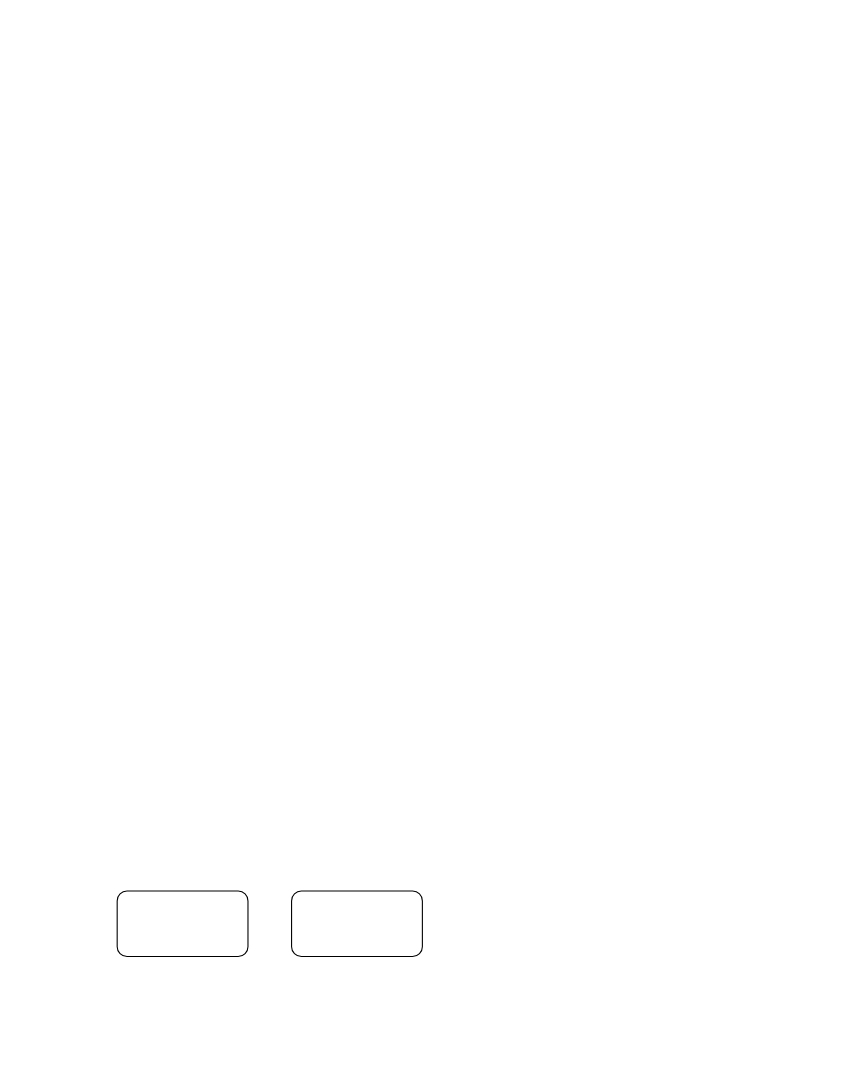
Above: Design document.drawio in vinodn90/Vin (draw.io), before the change. Source tidied: cells renumbered, new cells numbered last; positions are measured from the earlier drawing's top-left corner, leaving out a move shared by most shapes. Both pictures are drawn from the tidied source at 109%, with x=0, y=0 at pixel (117, 891).
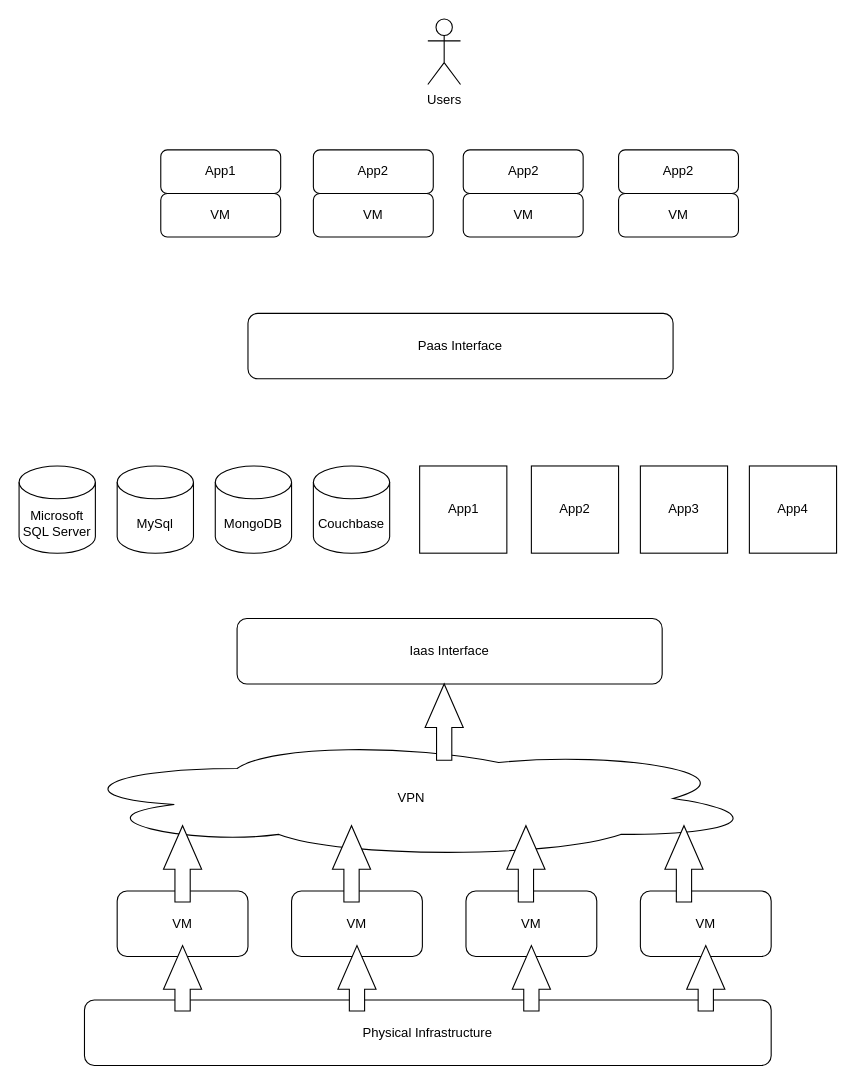
Above is the later version.

The edit, as a diff of the source:
```diff
@@
-    <mxCell id="2" style="rounded=1;whiteSpace=wrap;html=1;" parent="1" vertex="1">
+    <mxCell id="2" value="VM" style="rounded=1;whiteSpace=wrap;html=1;" parent="1" vertex="1">
       <mxGeometry x="160" width="120" height="60" as="geometry" />
     </mxCell>
-    <mxCell id="3" style="rounded=1;whiteSpace=wrap;html=1;" parent="1" vertex="1">
+    <mxCell id="3" value="VM" style="rounded=1;whiteSpace=wrap;html=1;" parent="1" vertex="1">
       <mxGeometry width="120" height="60" as="geometry" />
     </mxCell>
+    <mxCell id="4" value="Physical Infrastructure" style="rounded=1;whiteSpace=wrap;html=1;" parent="1" vertex="1">
+      <mxGeometry x="-30" y="100" width="630" height="60" as="geometry" />
+    </mxCell>
+    <mxCell id="5" value="VM" style="rounded=1;whiteSpace=wrap;html=1;" parent="1" vertex="1">
+      <mxGeometry x="320" width="120" height="60" as="geometry" />
+    </mxCell>
+    <mxCell id="6" value="VM" style="rounded=1;whiteSpace=wrap;html=1;" parent="1" vertex="1">
+      <mxGeometry x="480" width="120" height="60" as="geometry" />
+    </mxCell>
+    <mxCell id="7" style="html=1;shadow=0;dashed=0;align=center;verticalAlign=middle;shape=mxgraph.arrows2.arrow;dy=0.6;dx=40;direction=north;notch=0;" parent="1" vertex="1">
+      <mxGeometry x="42.5" y="50" width="35" height="60" as="geometry" />
+    </mxCell>
+    <mxCell id="8" style="html=1;shadow=0;dashed=0;align=center;verticalAlign=middle;shape=mxgraph.arrows2.arrow;dy=0.6;dx=40;direction=north;notch=0;" parent="1" vertex="1">
+      <mxGeometry x="202.5" y="50" width="35" height="60" as="geometry" />
+    </mxCell>
+    <mxCell id="9" style="html=1;shadow=0;dashed=0;align=center;verticalAlign=middle;shape=mxgraph.arrows2.arrow;dy=0.6;dx=40;direction=north;notch=0;" parent="1" vertex="1">
+      <mxGeometry x="362.5" y="50" width="35" height="60" as="geometry" />
+    </mxCell>
+    <mxCell id="10" style="html=1;shadow=0;dashed=0;align=center;verticalAlign=middle;shape=mxgraph.arrows2.arrow;dy=0.6;dx=40;direction=north;notch=0;" parent="1" vertex="1">
+      <mxGeometry x="522.5" y="50" width="35" height="60" as="geometry" />
+    </mxCell>
+    <mxCell id="11" value="VPN" style="ellipse;shape=cloud;whiteSpace=wrap;html=1;" parent="1" vertex="1">
+      <mxGeometry x="-50" y="-140" width="640" height="110" as="geometry" />
+    </mxCell>
+    <mxCell id="12" value="Iaas Interface" style="rounded=1;whiteSpace=wrap;html=1;" parent="1" vertex="1">
+      <mxGeometry x="110" y="-250" width="390" height="60" as="geometry" />
+    </mxCell>
+    <mxCell id="13" value="Microsoft SQL Server" style="shape=cylinder3;whiteSpace=wrap;html=1;boundedLbl=1;backgroundOutline=1;size=15;" parent="1" vertex="1">
+      <mxGeometry x="-90" y="-390" width="70" height="80" as="geometry" />
+    </mxCell>
+    <mxCell id="14" value="MySql" style="shape=cylinder3;whiteSpace=wrap;html=1;boundedLbl=1;backgroundOutline=1;size=15;" parent="1" vertex="1">
+      <mxGeometry y="-390" width="70" height="80" as="geometry" />
+    </mxCell>
+    <mxCell id="15" value="MongoDB" style="shape=cylinder3;whiteSpace=wrap;html=1;boundedLbl=1;backgroundOutline=1;size=15;" parent="1" vertex="1">
+      <mxGeometry x="90" y="-390" width="70" height="80" as="geometry" />
+    </mxCell>
+    <mxCell id="16" value="Couchbase" style="shape=cylinder3;whiteSpace=wrap;html=1;boundedLbl=1;backgroundOutline=1;size=15;" parent="1" vertex="1">
+      <mxGeometry x="180" y="-390" width="70" height="80" as="geometry" />
+    </mxCell>
+    <mxCell id="17" value="App1" style="whiteSpace=wrap;html=1;" parent="1" vertex="1">
+      <mxGeometry x="277.5" y="-390" width="80" height="80" as="geometry" />
+    </mxCell>
+    <mxCell id="18" value="App2" style="whiteSpace=wrap;html=1;" parent="1" vertex="1">
+      <mxGeometry x="380" y="-390" width="80" height="80" as="geometry" />
+    </mxCell>
+    <mxCell id="19" value="App3" style="whiteSpace=wrap;html=1;" parent="1" vertex="1">
+      <mxGeometry x="480" y="-390" width="80" height="80" as="geometry" />
+    </mxCell>
+    <mxCell id="20" value="App4" style="whiteSpace=wrap;html=1;" parent="1" vertex="1">
+      <mxGeometry x="580" y="-390" width="80" height="80" as="geometry" />
+    </mxCell>
+    <mxCell id="21" value="Paas Interface" style="rounded=1;whiteSpace=wrap;html=1;" parent="1" vertex="1">
+      <mxGeometry x="120" y="-530" width="390" height="60" as="geometry" />
+    </mxCell>
+    <mxCell id="22" value="VM" style="rounded=1;whiteSpace=wrap;html=1;" parent="1" vertex="1">
+      <mxGeometry x="40" y="-640" width="110" height="40" as="geometry" />
+    </mxCell>
+    <mxCell id="23" value="App1" style="rounded=1;whiteSpace=wrap;html=1;" parent="1" vertex="1">
+      <mxGeometry x="40" y="-680" width="110" height="40" as="geometry" />
+    </mxCell>
+    <mxCell id="24" value="VM" style="rounded=1;whiteSpace=wrap;html=1;" parent="1" vertex="1">
+      <mxGeometry x="180" y="-640" width="110" height="40" as="geometry" />
+    </mxCell>
+    <mxCell id="25" value="App2" style="rounded=1;whiteSpace=wrap;html=1;" parent="1" vertex="1">
+      <mxGeometry x="180" y="-680" width="110" height="40" as="geometry" />
+    </mxCell>
+    <mxCell id="26" value="Users" style="shape=umlActor;verticalLabelPosition=bottom;verticalAlign=top;html=1;" parent="1" vertex="1">
+      <mxGeometry x="285" y="-800" width="30" height="60" as="geometry" />
+    </mxCell>
+    <mxCell id="27" style="html=1;shadow=0;dashed=0;align=center;verticalAlign=middle;shape=mxgraph.arrows2.arrow;dy=0.6;dx=40;direction=north;notch=0;" parent="1" vertex="1">
+      <mxGeometry x="42.5" y="-60" width="35" height="70" as="geometry" />
+    </mxCell>
+    <mxCell id="28" style="html=1;shadow=0;dashed=0;align=center;verticalAlign=middle;shape=mxgraph.arrows2.arrow;dy=0.6;dx=40;direction=north;notch=0;" parent="1" vertex="1">
+      <mxGeometry x="197.5" y="-60" width="35" height="70" as="geometry" />
+    </mxCell>
+    <mxCell id="29" style="html=1;shadow=0;dashed=0;align=center;verticalAlign=middle;shape=mxgraph.arrows2.arrow;dy=0.6;dx=40;direction=north;notch=0;" parent="1" vertex="1">
+      <mxGeometry x="357.5" y="-60" width="35" height="70" as="geometry" />
+    </mxCell>
+    <mxCell id="30" style="html=1;shadow=0;dashed=0;align=center;verticalAlign=middle;shape=mxgraph.arrows2.arrow;dy=0.6;dx=40;direction=north;notch=0;" parent="1" vertex="1">
+      <mxGeometry x="502.5" y="-60" width="35" height="70" as="geometry" />
+    </mxCell>
+    <mxCell id="31" style="html=1;shadow=0;dashed=0;align=center;verticalAlign=middle;shape=mxgraph.arrows2.arrow;dy=0.6;dx=40;direction=north;notch=0;" parent="1" vertex="1">
+      <mxGeometry x="282.5" y="-190" width="35" height="70" as="geometry" />
+    </mxCell>
+    <mxCell id="32" value="App2" style="rounded=1;whiteSpace=wrap;html=1;" parent="1" vertex="1">
+      <mxGeometry x="317.5" y="-680" width="110" height="40" as="geometry" />
+    </mxCell>
+    <mxCell id="33" value="App2" style="rounded=1;whiteSpace=wrap;html=1;" parent="1" vertex="1">
+      <mxGeometry x="460" y="-680" width="110" height="40" as="geometry" />
+    </mxCell>
+    <mxCell id="34" value="VM" style="rounded=1;whiteSpace=wrap;html=1;" parent="1" vertex="1">
+      <mxGeometry x="317.5" y="-640" width="110" height="40" as="geometry" />
+    </mxCell>
+    <mxCell id="35" value="VM" style="rounded=1;whiteSpace=wrap;html=1;" parent="1" vertex="1">
+      <mxGeometry x="460" y="-640" width="110" height="40" as="geometry" />
+    </mxCell>
```
